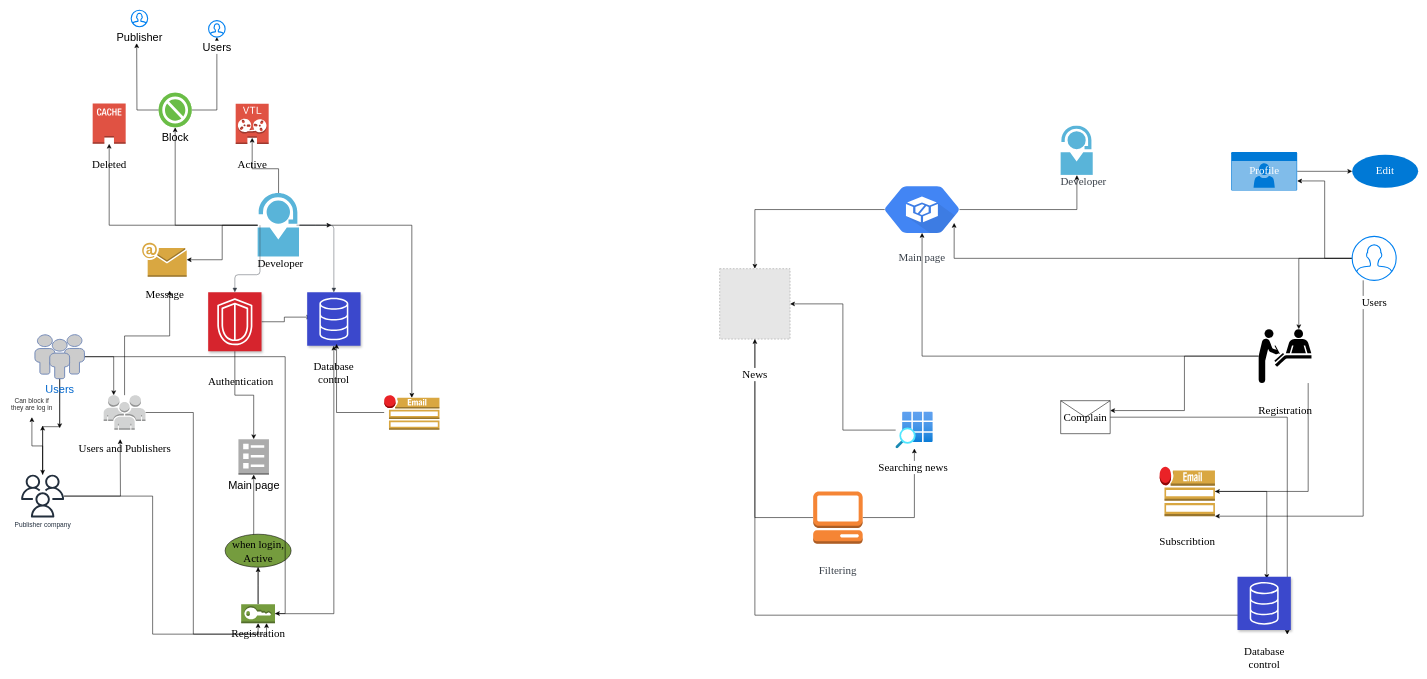
Above: Untitled Diagram.drawio in Temurbek-software/news-blog (draw.io), before the change. Source tidied: cells renumbered, new cells numbered last; positions are measured from the earlier drawing's top-left corner, leaving out a move shared by most shapes. Both pictures are drawn from the tidied source at 55%, with x=0, y=0 at pixel (9, 10). Pictures stored in the file or linked from it are replaced by grey dashed boxes.
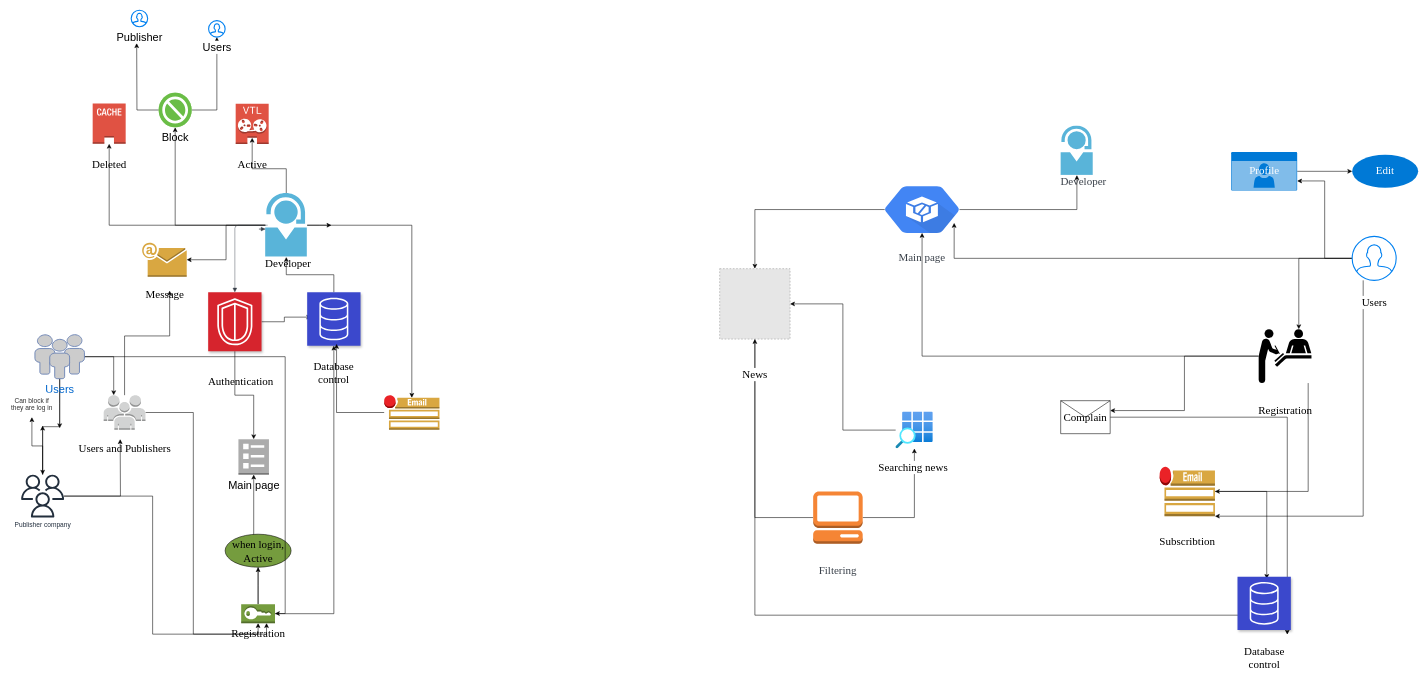
The same diagram, later.

The change refers to these unchanged cells:
```xml
<mxCell id="14" value="Database control&lt;br style=&quot;font-size: 20px;&quot;&gt;" style="html=1;overflow=block;blockSpacing=1;whiteSpace=wrap;shape=mxgraph.aws4.resourceIcon;resIcon=mxgraph.aws4.database;labelPosition=center;verticalLabelPosition=bottom;align=center;verticalAlign=middle;fontSize=20;spacing=0;strokeColor=#ffffff;rounded=1;absoluteArcSize=1;arcSize=9;shadow=1;fillColor=#3b48cc;strokeWidth=0.8;fontFamily=Times New Roman;" parent="1" vertex="1">
  <mxGeometry x="541" y="513" width="97" height="97" as="geometry" />
</mxCell>
```

What changed in the source:
```diff
@@
     <mxCell id="8" value="Developer&lt;br style=&quot;font-size: 20px;&quot;&gt;" style="overflow=block;blockSpacing=1;whiteSpace=wrap;html=1;points=[];align=center;verticalAlign=middle;image;image=img/lib/mscae/Support.svg;fontSize=20;spacing=0;strokeColor=#3a414a;strokeOpacity=100;rounded=1;absoluteArcSize=1;arcSize=9;fillColor=#59B4D9;strokeWidth=0.8;fontFamily=Times New Roman;" parent="1" vertex="1">
-      <mxGeometry x="451" y="333" width="76" height="115.9" as="geometry" />
+      <mxGeometry x="465" y="333" width="76" height="115.9" as="geometry" />
     </mxCell>
@@
+    <mxCell id="74" style="edgeStyle=orthogonalEdgeStyle;rounded=0;jettySize=auto;html=1;" parent="1" edge="1" source="14" target="8">
+      <mxGeometry relative="1" as="geometry" />
+    </mxCell>
@@
-    <mxCell id="16" style="html=1;jettySize=18;whiteSpace=wrap;fontSize=20;strokeColor=#3a414a;strokeOpacity=100;strokeWidth=0.8;rounded=1;arcSize=12;edgeStyle=orthogonalEdgeStyle;startArrow=none;endArrow=block;endFill=1;exitX=0.929;exitY=0.5;exitPerimeter=0;entryX=0.5;entryY=0;entryPerimeter=0;fontFamily=Times New Roman;verticalAlign=middle;" parent="1" edge="1" source="8" target="14">
-      <mxGeometry relative="1" as="geometry" />
-    </mxCell>
```
